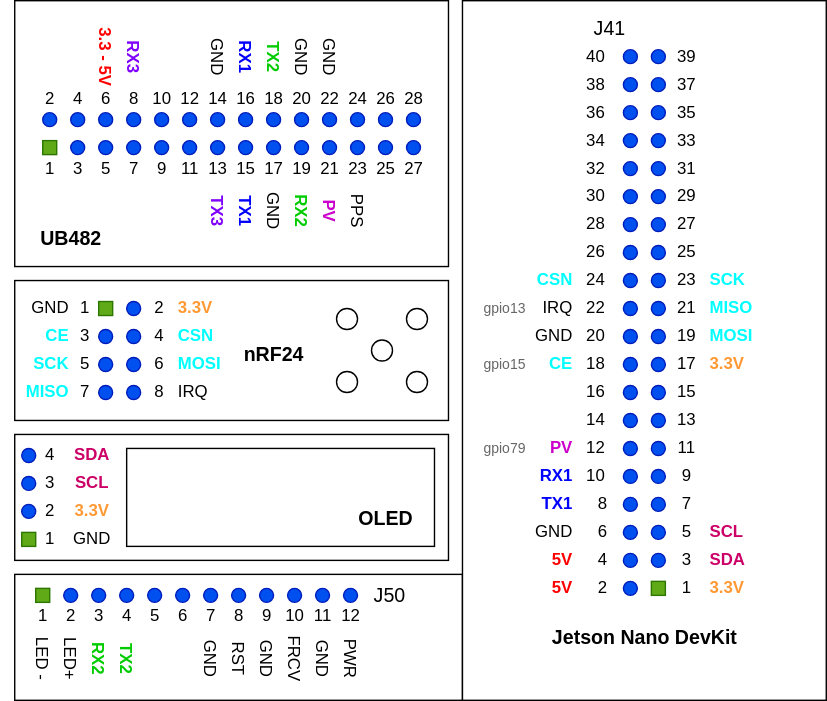
Before: docs/rover/rover-wiring.drawio.svg, a diagram exported from draw.io (mfkiwl/lidar-mapping-poc). Source tidied: cells renumbered, new cells last; positions are measured from the earlier drawing's top-left corner, leaving out a move shared by most shapes.
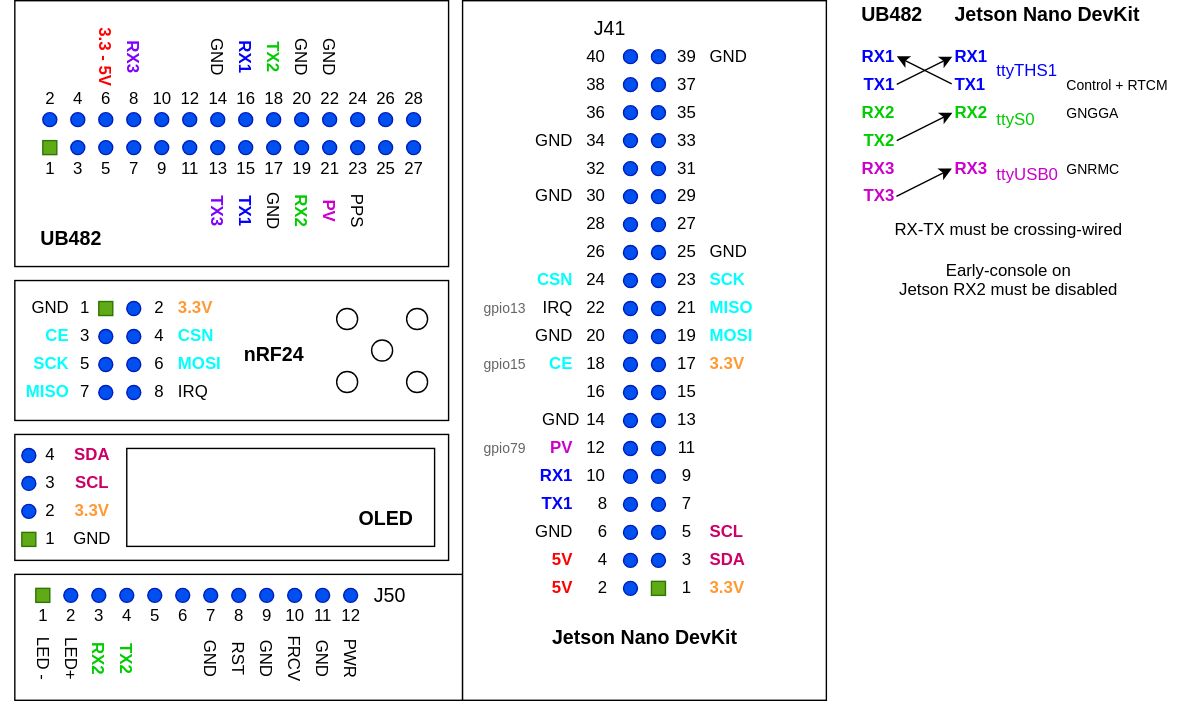
The same file after the commit.

Change to the diagram source:
```diff
@@ -779,5 +779,92 @@
     <mxCell id="260" value="&lt;b&gt;&lt;font color=&quot;#cc00cc&quot;&gt;PV&lt;/font&gt;&lt;/b&gt;" style="text;html=1;align=right;verticalAlign=middle;strokeColor=none;" parent="1" vertex="1">
       <mxGeometry x="380" y="310" width="30" height="20" as="geometry" />
     </mxCell>
+    <mxCell id="261" value="GND" style="text;html=1;align=right;verticalAlign=middle;strokeColor=none;" parent="1" vertex="1">
+      <mxGeometry x="375" y="290" width="40" height="20" as="geometry" />
+    </mxCell>
+    <mxCell id="262" value="GND" style="text;html=1;align=right;verticalAlign=middle;strokeColor=none;" parent="1" vertex="1">
+      <mxGeometry x="370" y="130" width="40" height="20" as="geometry" />
+    </mxCell>
+    <mxCell id="263" value="GND" style="text;html=1;align=right;verticalAlign=middle;strokeColor=none;" parent="1" vertex="1">
+      <mxGeometry x="370" y="90" width="40" height="20" as="geometry" />
+    </mxCell>
+    <mxCell id="264" value="GND" style="text;html=1;align=left;verticalAlign=middle;strokeColor=none;" parent="1" vertex="1">
+      <mxGeometry x="505" y="170" width="40" height="20" as="geometry" />
+    </mxCell>
+    <mxCell id="265" value="GND" style="text;html=1;align=left;verticalAlign=middle;strokeColor=none;" parent="1" vertex="1">
+      <mxGeometry x="505" y="30" width="40" height="20" as="geometry" />
+    </mxCell>
+    <mxCell id="266" value="RX-TX must be crossing-wired&lt;br&gt;&lt;br&gt;Early-console on &lt;br&gt;Jetson RX2 must be disabled" style="text;html=1;align=center;verticalAlign=middle;strokeColor=none;" parent="1" vertex="1">
+      <mxGeometry x="630" y="155" width="180" height="60" as="geometry" />
+    </mxCell>
+    <mxCell id="267" value="RX1" style="text;html=1;align=right;verticalAlign=middle;points=[];strokeColor=none;fontColor=#0000FF;fontStyle=1;" parent="1" vertex="1">
+      <mxGeometry x="600" y="30" width="40" height="20" as="geometry" />
+    </mxCell>
+    <mxCell id="268" value="TX1" style="text;html=1;align=right;verticalAlign=middle;points=[];strokeColor=none;fontColor=#0000FF;fontStyle=1;" parent="1" vertex="1">
+      <mxGeometry x="600" y="50" width="40" height="20" as="geometry" />
+    </mxCell>
+    <mxCell id="269" value="RX1" style="text;html=1;align=left;verticalAlign=middle;points=[];strokeColor=none;fontColor=#0000FF;fontStyle=1;" parent="1" vertex="1">
+      <mxGeometry x="680" y="30" width="40" height="20" as="geometry" />
+    </mxCell>
+    <mxCell id="270" value="TX1" style="text;html=1;align=left;verticalAlign=middle;points=[];strokeColor=none;fontColor=#0000FF;fontStyle=1;" parent="1" vertex="1">
+      <mxGeometry x="680" y="50" width="40" height="20" as="geometry" />
+    </mxCell>
+    <mxCell id="271" value="RX2" style="text;html=1;align=right;verticalAlign=middle;strokeColor=none;fontStyle=1;fontColor=#00CC00;" parent="1" vertex="1">
+      <mxGeometry x="600" y="70" width="40" height="20" as="geometry" />
+    </mxCell>
+    <mxCell id="272" value="TX2" style="text;html=1;align=right;verticalAlign=middle;strokeColor=none;fontStyle=1;fontColor=#00CC00;" parent="1" vertex="1">
+      <mxGeometry x="600" y="90" width="40" height="20" as="geometry" />
+    </mxCell>
+    <mxCell id="273" value="RX3" style="text;html=1;align=right;verticalAlign=middle;strokeColor=none;fontStyle=1;fontColor=#CC00CC;" parent="1" vertex="1">
+      <mxGeometry x="600" y="110" width="40" height="20" as="geometry" />
+    </mxCell>
+    <mxCell id="274" value="TX3" style="text;html=1;align=right;verticalAlign=middle;points=[];strokeColor=none;fontStyle=1;fontColor=#CC00CC;" parent="1" vertex="1">
+      <mxGeometry x="600" y="130" width="40" height="20" as="geometry" />
+    </mxCell>
+    <mxCell id="275" value="RX3" style="text;html=1;align=left;verticalAlign=middle;points=[];strokeColor=none;fontStyle=1;fontColor=#CC00CC;" parent="1" vertex="1">
+      <mxGeometry x="680" y="110" width="40" height="20" as="geometry" />
+    </mxCell>
+    <mxCell id="276" value="ttyUSB0" style="text;html=1;align=left;verticalAlign=middle;strokeColor=none;fontStyle=0;fontColor=#CC00CC;" parent="1" vertex="1">
+      <mxGeometry x="710" y="115" width="60" height="20" as="geometry" />
+    </mxCell>
+    <mxCell id="277" value="ttyS0" style="text;html=1;align=left;verticalAlign=middle;strokeColor=none;fontStyle=0;fontColor=#00CC00;" parent="1" vertex="1">
+      <mxGeometry x="710" y="75" width="40" height="20" as="geometry" />
+    </mxCell>
+    <mxCell id="278" value="ttyTHS1" style="text;html=1;align=left;verticalAlign=middle;strokeColor=none;fontColor=#0000FF;fontStyle=0;" parent="1" vertex="1">
+      <mxGeometry x="710" y="40" width="60" height="20" as="geometry" />
+    </mxCell>
+    <mxCell id="279" value="UB482" style="text;html=1;align=right;verticalAlign=middle;strokeColor=none;fontStyle=1;fontSize=14;" parent="1" vertex="1">
+      <mxGeometry x="600" width="60" height="20" as="geometry" />
+    </mxCell>
+    <mxCell id="280" value="Jetson Nano DevKit" style="text;html=1;align=left;verticalAlign=middle;strokeColor=none;fontSize=14;fontStyle=1;rotation=0;" parent="1" vertex="1">
+      <mxGeometry x="680" width="150" height="20" as="geometry" />
+    </mxCell>
+    <mxCell id="281" style="endArrow=none;html=1;fontColor=#CC00CC;entryX=-0.011;entryY=0.471;entryDx=0;entryDy=0;entryPerimeter=0;startArrow=classic;startFill=1;exitX=1.008;exitY=0.488;exitDx=0;exitDy=0;exitPerimeter=0;" parent="1" edge="1" source="267" target="270">
+      <mxGeometry relative="1" as="geometry" />
+    </mxCell>
+    <mxCell id="282" style="endArrow=classic;html=1;fontColor=#CC00CC;exitX=1.008;exitY=0.494;exitDx=0;exitDy=0;exitPerimeter=0;entryX=0;entryY=0.499;entryDx=0;entryDy=0;entryPerimeter=0;endFill=1;" parent="1" edge="1" source="268" target="269">
+      <mxGeometry relative="1" as="geometry" />
+    </mxCell>
+    <mxCell id="283" style="endArrow=classic;html=1;fontColor=#CC00CC;exitX=1.002;exitY=0.488;exitDx=0;exitDy=0;exitPerimeter=0;entryX=-0.009;entryY=0.499;entryDx=0;entryDy=0;entryPerimeter=0;endFill=1;" parent="1" edge="1" source="274" target="275">
+      <mxGeometry relative="1" as="geometry" />
+    </mxCell>
+    <mxCell id="284" value="GNGGA" style="text;html=1;align=left;verticalAlign=middle;strokeColor=none;fontSize=10;" parent="1" vertex="1">
+      <mxGeometry x="760" y="70" width="50" height="20" as="geometry" />
+    </mxCell>
+    <mxCell id="285" value="GNRMC" style="text;html=1;align=left;verticalAlign=middle;strokeColor=none;fontSize=10;" parent="1" vertex="1">
+      <mxGeometry x="760" y="110" width="50" height="20" as="geometry" />
+    </mxCell>
+    <mxCell id="286" value="Control + RTCM" style="text;html=1;align=left;verticalAlign=middle;strokeColor=none;fontSize=10;" parent="1" vertex="1">
+      <mxGeometry x="760" y="50" width="90" height="20" as="geometry" />
+    </mxCell>
+    <mxCell id="287" style="endArrow=classic;html=1;fontColor=#CC00CC;exitX=1.008;exitY=0.494;exitDx=0;exitDy=0;exitPerimeter=0;entryX=0;entryY=0.499;entryDx=0;entryDy=0;entryPerimeter=0;endFill=1;" parent="1" edge="1">
+      <mxGeometry relative="1" as="geometry">
+        <mxPoint x="640.3" y="100" as="sourcePoint" />
+        <mxPoint x="680" y="80.1" as="targetPoint" />
+      </mxGeometry>
+    </mxCell>
+    <mxCell id="288" value="RX2" style="text;html=1;align=left;verticalAlign=middle;strokeColor=none;fontStyle=1;fontColor=#00CC00;" parent="1" vertex="1">
+      <mxGeometry x="680" y="70" width="40" height="20" as="geometry" />
+    </mxCell>
   </root>
 </mxGraphModel>
```
